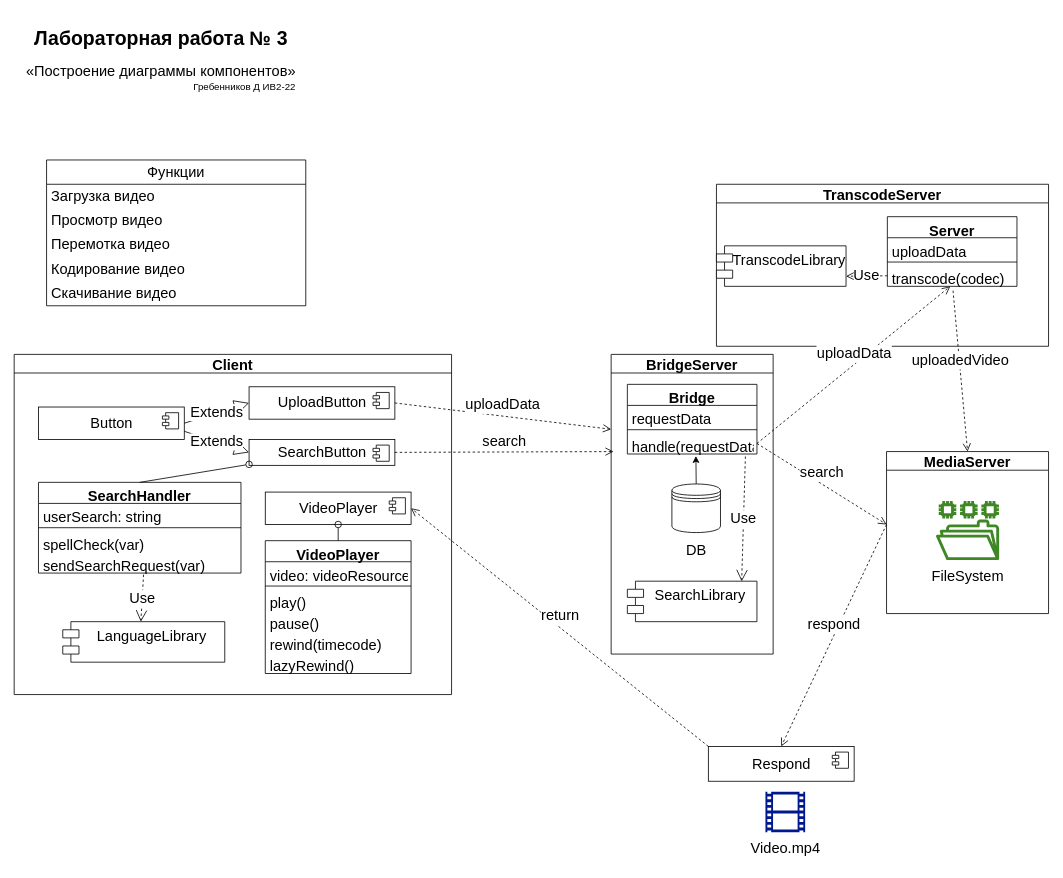
Above: lab-3/lab-3.drawio in velzevelt/rtk (draw.io), before the change. Source tidied: cells renumbered, new cells numbered last; positions are measured from the earlier drawing's top-left corner, leaving out a move shared by most shapes. Both pictures are drawn from the tidied source at 81%, with x=0, y=0 at pixel (14, 22).
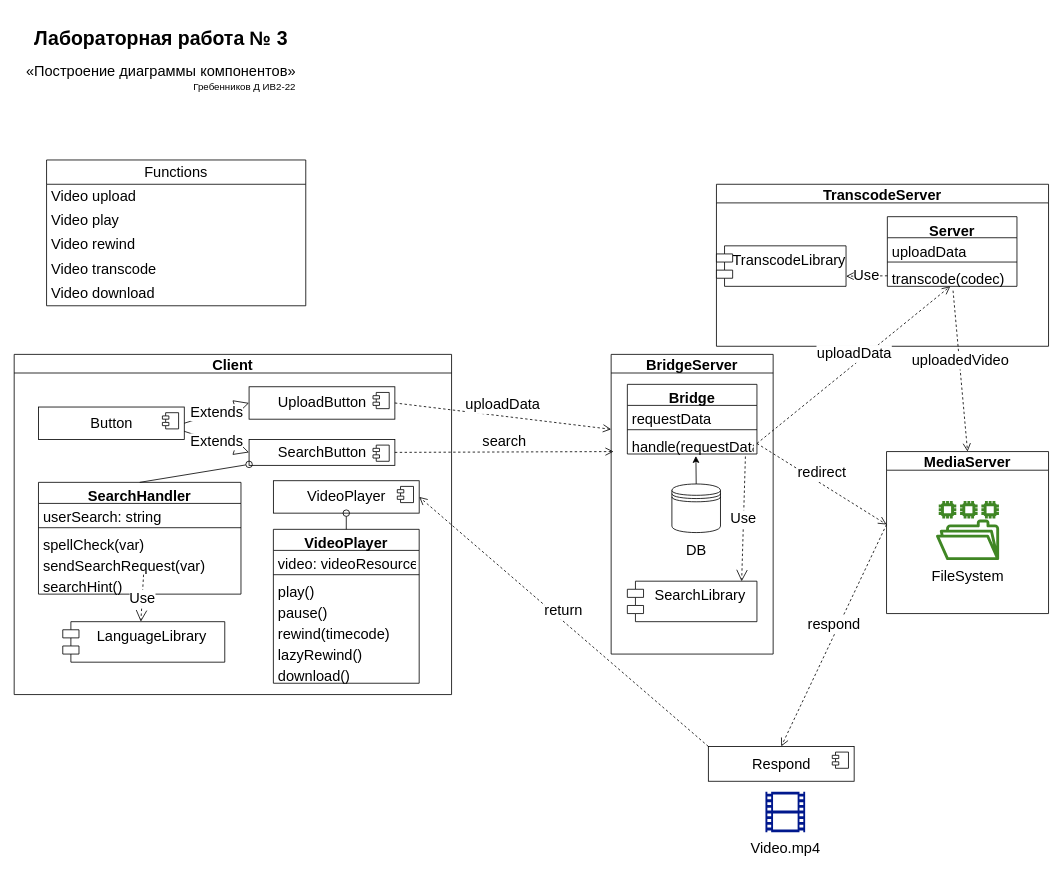
The same page after the edit.

Unchanged cells that the change refers to:
```xml
<mxCell id="9" value="Client" style="swimlane;fontSize=18;startSize=23;" parent="1" vertex="1">
  <mxGeometry y="410" width="540" height="420" as="geometry" />
</mxCell>
<mxCell id="52" value="handle(requestData)" style="text;strokeColor=none;fillColor=none;align=left;verticalAlign=top;spacingLeft=4;spacingRight=4;overflow=hidden;points=[[0,0.5],[1,0.5]];portConstraint=eastwest;fontSize=18;" parent="49" vertex="1">
  <mxGeometry y="60" width="160" height="26" as="geometry" />
</mxCell>
```

Change to the diagram source:
```diff
@@
-    <mxCell id="3" value="Функции" style="swimlane;fontStyle=0;horizontal=1;startSize=30;whiteSpace=wrap;html=1;fontSize=18;" parent="1" vertex="1">
+    <mxCell id="3" value="Functions" style="swimlane;fontStyle=0;horizontal=1;startSize=30;whiteSpace=wrap;html=1;fontSize=18;" parent="1" vertex="1">
       <mxGeometry x="40" y="170" width="320" height="180" as="geometry" />
     </mxCell>
-    <mxCell id="4" value="Загрузка видео" style="text;strokeColor=none;fillColor=none;align=left;verticalAlign=middle;spacingLeft=4;spacingRight=4;overflow=hidden;whiteSpace=wrap;html=1;fontSize=18;" parent="3" vertex="1">
+    <mxCell id="4" value="Video upload" style="text;strokeColor=none;fillColor=none;align=left;verticalAlign=middle;spacingLeft=4;spacingRight=4;overflow=hidden;whiteSpace=wrap;html=1;fontSize=18;" parent="3" vertex="1">
       <mxGeometry y="30" width="320" height="30" as="geometry" />
     </mxCell>
-    <mxCell id="5" value="Просмотр видео" style="text;strokeColor=none;fillColor=none;align=left;verticalAlign=middle;spacingLeft=4;spacingRight=4;overflow=hidden;whiteSpace=wrap;html=1;fontSize=18;" parent="3" vertex="1">
+    <mxCell id="5" value="Video play" style="text;strokeColor=none;fillColor=none;align=left;verticalAlign=middle;spacingLeft=4;spacingRight=4;overflow=hidden;whiteSpace=wrap;html=1;fontSize=18;" parent="3" vertex="1">
       <mxGeometry y="60" width="320" height="30" as="geometry" />
     </mxCell>
-    <mxCell id="6" value="Перемотка видео" style="text;strokeColor=none;fillColor=none;align=left;verticalAlign=middle;spacingLeft=4;spacingRight=4;overflow=hidden;whiteSpace=wrap;html=1;fontSize=18;" parent="3" vertex="1">
+    <mxCell id="6" value="Video rewind" style="text;strokeColor=none;fillColor=none;align=left;verticalAlign=middle;spacingLeft=4;spacingRight=4;overflow=hidden;whiteSpace=wrap;html=1;fontSize=18;" parent="3" vertex="1">
       <mxGeometry y="90" width="320" height="30" as="geometry" />
     </mxCell>
-    <mxCell id="7" value="Кодирование видео" style="text;strokeColor=none;fillColor=none;align=left;verticalAlign=middle;spacingLeft=4;spacingRight=4;overflow=hidden;whiteSpace=wrap;html=1;fontSize=18;" parent="3" vertex="1">
+    <mxCell id="7" value="Video transcode" style="text;strokeColor=none;fillColor=none;align=left;verticalAlign=middle;spacingLeft=4;spacingRight=4;overflow=hidden;whiteSpace=wrap;html=1;fontSize=18;" parent="3" vertex="1">
       <mxGeometry y="120" width="320" height="30" as="geometry" />
     </mxCell>
-    <mxCell id="8" value="Скачивание видео" style="text;strokeColor=none;fillColor=none;align=left;verticalAlign=middle;spacingLeft=4;spacingRight=4;overflow=hidden;whiteSpace=wrap;html=1;fontSize=18;" parent="3" vertex="1">
+    <mxCell id="8" value="Video download" style="text;strokeColor=none;fillColor=none;align=left;verticalAlign=middle;spacingLeft=4;spacingRight=4;overflow=hidden;whiteSpace=wrap;html=1;fontSize=18;" parent="3" vertex="1">
       <mxGeometry y="150" width="320" height="30" as="geometry" />
     </mxCell>
@@
     <mxCell id="12" value="SearchHandler" style="swimlane;fontStyle=1;align=center;verticalAlign=top;horizontal=1;startSize=26;fontSize=18;" parent="9" vertex="1">
-      <mxGeometry x="30" y="158" width="250" height="112" as="geometry" />
+      <mxGeometry x="30" y="158" width="250" height="138" as="geometry" />
     </mxCell>
@@
+    <mxCell id="71" value="searchHint()" style="text;strokeColor=none;fillColor=none;align=left;verticalAlign=top;spacingLeft=4;spacingRight=4;overflow=hidden;fontSize=18;" parent="12" vertex="1">
+      <mxGeometry y="112" width="250" height="26" as="geometry" />
+    </mxCell>
@@
     <mxCell id="30" style="group;" parent="9" vertex="1">
-      <mxGeometry x="310" y="170" width="180" height="224" as="geometry" />
+      <mxGeometry x="320" y="156" width="180" height="224" as="geometry" />
     </mxCell>
     <mxCell id="31" value="VideoPlayer" style="swimlane;fontStyle=1;align=center;verticalAlign=top;horizontal=1;startSize=26;fontSize=18;" parent="30" vertex="1">
-      <mxGeometry y="60" width="180" height="164" as="geometry" />
+      <mxGeometry y="60" width="180" height="190" as="geometry" />
     </mxCell>
@@
+    <mxCell id="72" value="download()" style="text;strokeColor=none;fillColor=none;align=left;verticalAlign=top;spacingLeft=4;spacingRight=4;overflow=hidden;fontSize=18;" parent="31" vertex="1">
+      <mxGeometry y="164" width="180" height="26" as="geometry" />
+    </mxCell>
@@
-    <mxCell id="70" value="search" style="html=1;verticalAlign=bottom;endArrow=open;dashed=1;endSize=8;rounded=0;fontSize=18;exitX=1;exitY=0.5;exitDx=0;exitDy=0;" parent="1" edge="1" source="52">
+    <mxCell id="70" value="redirect" style="html=1;verticalAlign=bottom;endArrow=open;dashed=1;endSize=8;rounded=0;fontSize=18;exitX=1;exitY=0.5;exitDx=0;exitDy=0;" parent="1" edge="1" source="52">
       <mxGeometry relative="1" as="geometry">
         <mxPoint x="1077" y="620" as="targetPoint" />
       </mxGeometry>
     </mxCell>
```
